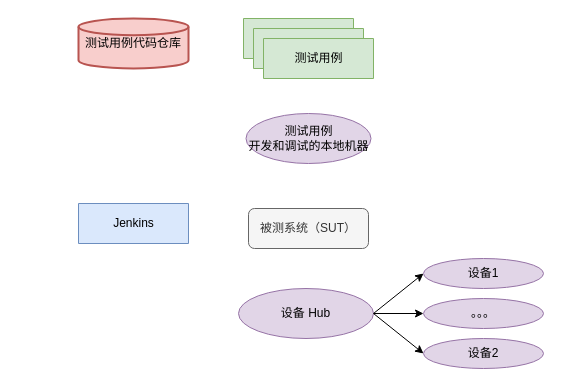
The draw.io diagram 未命名绘图.drawio in tester-xm/diagrams, before the edit. Source tidied: cells renumbered, new cells numbered last; positions are measured from the earlier drawing's top-left corner, leaving out a move shared by most shapes. Both pictures are drawn from the tidied source at 100%, with x=0, y=0 at pixel (78, 18).
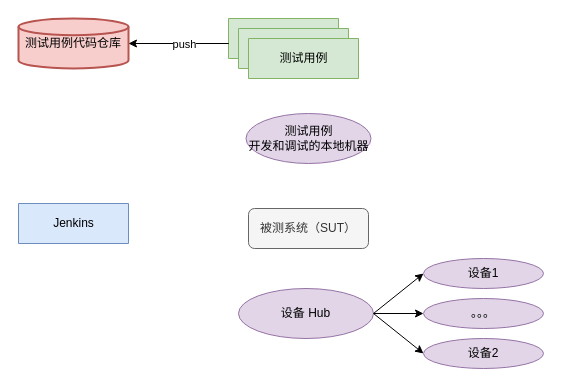
The same diagram, later.

Commit message:
移动端多设备自动化测试框架.drawio

Change to the diagram source:
```diff
@@
 <mxGraphModel>
   <root>
     <mxCell id="0" />
     <mxCell id="1" parent="0" />
     <mxCell id="2" value="测试用例代码仓库" style="strokeWidth=2;html=1;shape=mxgraph.flowchart.database;whiteSpace=wrap;fillColor=#f8cecc;strokeColor=#b85450;" parent="1" vertex="1">
-      <mxGeometry width="110" height="50" as="geometry" />
+      <mxGeometry x="-60" width="110" height="50" as="geometry" />
     </mxCell>
     <mxCell id="3" style="verticalLabelPosition=bottom;verticalAlign=top;html=1;shape=mxgraph.basic.rect;fillColor2=none;strokeWidth=1;size=20;indent=5;fillColor=#d5e8d4;strokeColor=#82b366;" parent="1" vertex="1">
-      <mxGeometry x="165" width="110" height="40" as="geometry" />
+      <mxGeometry x="150" width="110" height="40" as="geometry" />
     </mxCell>
     <mxCell id="4" style="verticalLabelPosition=bottom;verticalAlign=top;html=1;shape=mxgraph.basic.rect;fillColor2=none;strokeWidth=1;size=20;indent=5;fillColor=#d5e8d4;strokeColor=#82b366;" parent="1" vertex="1">
-      <mxGeometry x="175" y="10" width="110" height="40" as="geometry" />
+      <mxGeometry x="160" y="10" width="110" height="40" as="geometry" />
     </mxCell>
     <mxCell id="5" value="测试用例" style="verticalLabelPosition=middle;verticalAlign=middle;html=1;shape=mxgraph.basic.rect;fillColor2=none;strokeWidth=1;size=20;indent=5;fillColor=#d5e8d4;strokeColor=#82b366;labelPosition=center;align=center;" parent="1" vertex="1">
-      <mxGeometry x="185" y="20" width="110" height="40" as="geometry" />
+      <mxGeometry x="170" y="20" width="110" height="40" as="geometry" />
     </mxCell>
     <mxCell id="6" value="Jenkins" style="verticalLabelPosition=middle;verticalAlign=middle;html=1;shape=mxgraph.basic.rect;fillColor2=none;strokeWidth=1;size=20;indent=5;fillColor=#dae8fc;strokeColor=#6c8ebf;labelPosition=center;align=center;" parent="1" vertex="1">
-      <mxGeometry y="185" width="110" height="40" as="geometry" />
+      <mxGeometry x="-60" y="185" width="110" height="40" as="geometry" />
     </mxCell>
     <mxCell id="7" value="&lt;div&gt;测试用例&lt;/div&gt;&lt;div&gt;开发和调试的本地机器&lt;br&gt;&lt;/div&gt;" style="ellipse;whiteSpace=wrap;html=1;fillColor=#e1d5e7;strokeColor=#9673a6;" parent="1" vertex="1">
       <mxGeometry x="167.5" y="95" width="125" height="50" as="geometry" />
     </mxCell>
     <mxCell id="8" value="被测系统（SUT）" style="rounded=1;whiteSpace=wrap;html=1;fillColor=#f5f5f5;fontColor=#333333;strokeColor=#666666;" parent="1" vertex="1">
       <mxGeometry x="170" y="190" width="120" height="40" as="geometry" />
     </mxCell>
     <mxCell id="9" style="edgeStyle=orthogonalEdgeStyle;rounded=0;jettySize=auto;html=1;" parent="1" edge="1" source="10" target="11">
       <mxGeometry relative="1" as="geometry" />
     </mxCell>
     <mxCell id="10" value="设备 Hub" style="ellipse;whiteSpace=wrap;html=1;fillColor=#e1d5e7;strokeColor=#9673a6;" parent="1" vertex="1">
       <mxGeometry x="160" y="270" width="135" height="50" as="geometry" />
     </mxCell>
     <mxCell id="11" value="。。。" style="ellipse;whiteSpace=wrap;html=1;fillColor=#e1d5e7;strokeColor=#9673a6;" parent="1" vertex="1">
       <mxGeometry x="345" y="280" width="120" height="30" as="geometry" />
     </mxCell>
     <mxCell id="12" value="设备1" style="ellipse;whiteSpace=wrap;html=1;fillColor=#e1d5e7;strokeColor=#9673a6;" parent="1" vertex="1">
       <mxGeometry x="345" y="240" width="120" height="30" as="geometry" />
     </mxCell>
     <mxCell id="13" value="设备2" style="ellipse;whiteSpace=wrap;html=1;fillColor=#e1d5e7;strokeColor=#9673a6;" parent="1" vertex="1">
       <mxGeometry x="345" y="320" width="120" height="30" as="geometry" />
     </mxCell>
     <mxCell id="14" style="endArrow=classic;html=1;rounded=0;exitX=1;exitY=0.5;exitDx=0;exitDy=0;entryX=0;entryY=0.5;entryDx=0;entryDy=0;" parent="1" edge="1" source="10" target="12">
       <mxGeometry relative="1" as="geometry" />
     </mxCell>
     <mxCell id="15" style="endArrow=classic;html=1;rounded=0;exitX=1;exitY=0.5;exitDx=0;exitDy=0;entryX=0;entryY=0.5;entryDx=0;entryDy=0;" parent="1" edge="1" source="10" target="13">
       <mxGeometry relative="1" as="geometry" />
     </mxCell>
+    <mxCell id="16" style="endArrow=classic;html=1;rounded=0;entryX=1;entryY=0.5;entryDx=0;entryDy=0;entryPerimeter=0;labelPosition=center;verticalLabelPosition=top;align=center;verticalAlign=bottom;" parent="1" edge="1" target="2">
+      <mxGeometry relative="1" as="geometry">
+        <mxPoint x="140" y="25" as="sourcePoint" />
+        <Array as="points">
+          <mxPoint x="150" y="25" />
+        </Array>
+      </mxGeometry>
+    </mxCell>
+    <mxCell id="17" value="push" style="edgeLabel;html=1;align=center;verticalAlign=middle;" parent="16" vertex="1">
+      <mxGeometry relative="1" as="geometry" />
+    </mxCell>
   </root>
 </mxGraphModel>
```
